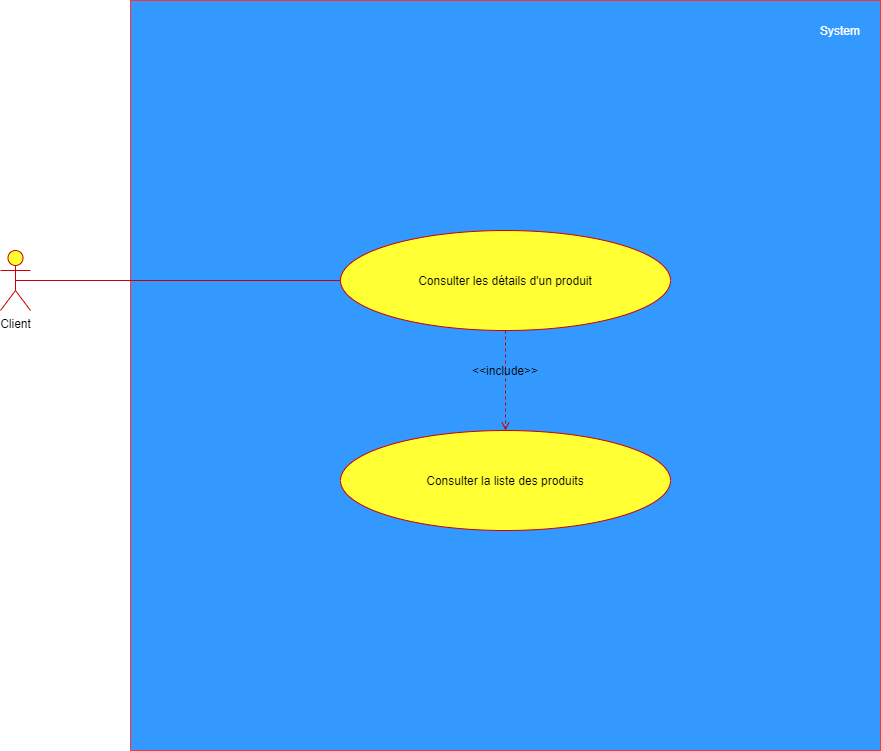
Before: Diagrammes/Diagramme de cas d'utilisation - Gestion des produits.png, a diagram exported from draw.io (Scratchy-Show/BileMo). Source tidied: cells renumbered, new cells last; positions are measured from the earlier drawing's top-left corner, leaving out a move shared by most shapes.
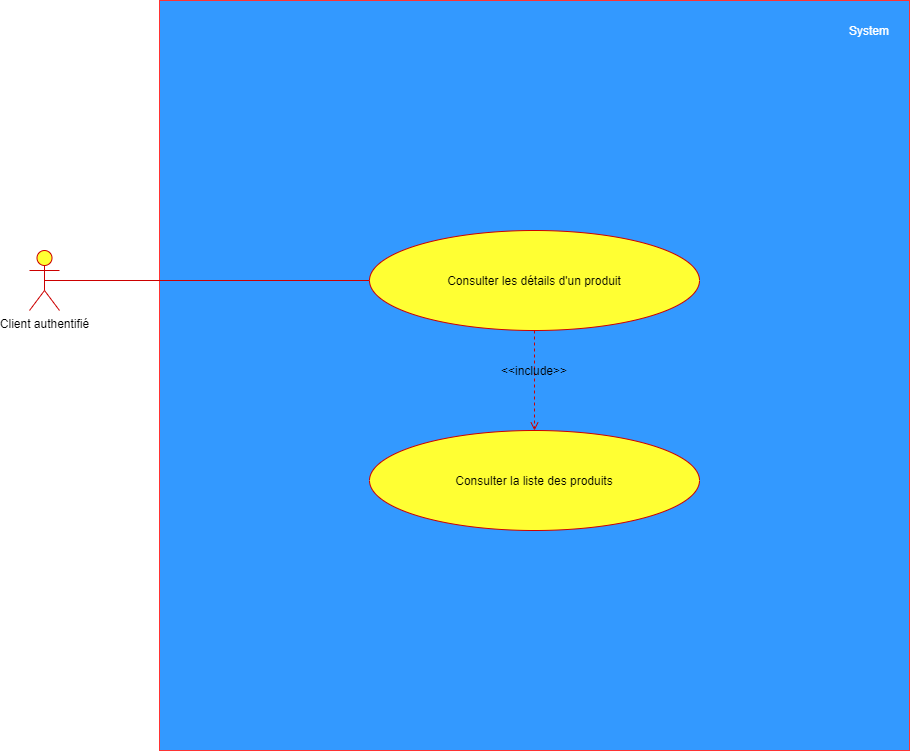
Above is the later version.

Diff of the diagram source:
```diff
@@ -8,7 +8,7 @@
     <mxCell id="3" value="System" style="text;html=1;strokeColor=none;fillColor=none;align=center;verticalAlign=middle;whiteSpace=wrap;rounded=0;fontColor=#FFFFFF;" parent="1" vertex="1">
       <mxGeometry x="820" y="20" width="40" height="20" as="geometry" />
     </mxCell>
-    <mxCell id="4" value="Client" style="shape=umlActor;verticalLabelPosition=bottom;labelBackgroundColor=#ffffff;verticalAlign=top;html=1;outlineConnect=0;fillColor=#FFFF33;strokeColor=#CC0000;" parent="1" vertex="1">
+    <mxCell id="4" value="Client authentifié" style="shape=umlActor;verticalLabelPosition=bottom;labelBackgroundColor=#ffffff;verticalAlign=top;html=1;outlineConnect=0;fillColor=#FFFF33;strokeColor=#CC0000;" parent="1" vertex="1">
       <mxGeometry y="250" width="30" height="60" as="geometry" />
     </mxCell>
     <mxCell id="5" value="Consulter la liste des produits" style="ellipse;whiteSpace=wrap;html=1;fillColor=#FFFF33;strokeColor=#CC0000;" parent="1" vertex="1">
```
